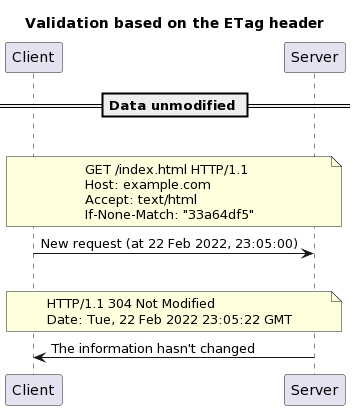
This is 23-caching-and-performance/images/validation-model-based-on-the-etag-header-part-2.png from heig-vd-dai-course/heig-vd-dai-course, a PlantUML export, as it was before one commit.
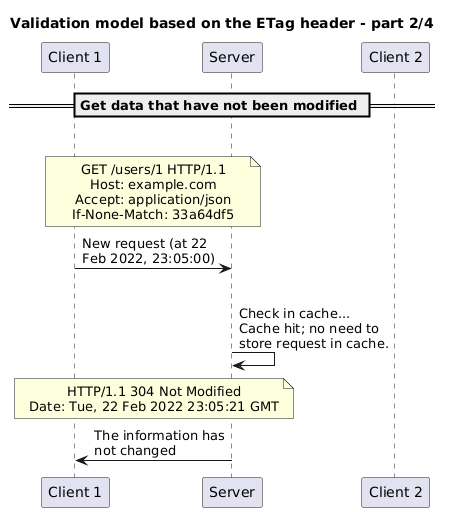
After the commit.

What changed in the source:
```diff
@@ -1,26 +1,35 @@
 @startuml
-title "Validation based on the ETag header"
+skinparam boxPadding 100
+skinparam maxMessageSize 150
+skinparam noteTextAlignment center
+skinparam sequenceMessageAlign direction
+skinparam wrapWidth 250
 
-participant Client
-participant Server
+title "Validation model based on the ETag header - part 2/4"
 
-== Data unmodified ==
+participant "Client 1" as client1
+participant "Server" as server
+participant "Client 2" as client2
+
+== Get data that have not been modified ==
 
 |||
 
-note over Client, Server
-GET /index.html HTTP/1.1
+note over client1, server
+GET /users/1 HTTP/1.1
 Host: example.com
-Accept: text/html
-If-None-Match: "33a64df5"
+Accept: application/json
+If-None-Match: 33a64df5
 end note
-Client -> Server: New request (at 22 Feb 2022, 23:05:00)
+client1 -> server: New request (at 22 Feb 2022, 23:05:00)
 
 |||
 
-note over Client, Server
+server -> server: Check in cache...\nCache hit; no need to store request in cache.
+
+note over client1, server
 HTTP/1.1 304 Not Modified
-Date: Tue, 22 Feb 2022 23:05:22 GMT
+Date: Tue, 22 Feb 2022 23:05:21 GMT
 end note
-Server -> Client: The information hasn't changed
+server -> client1: The information has not changed
 @enduml
```
